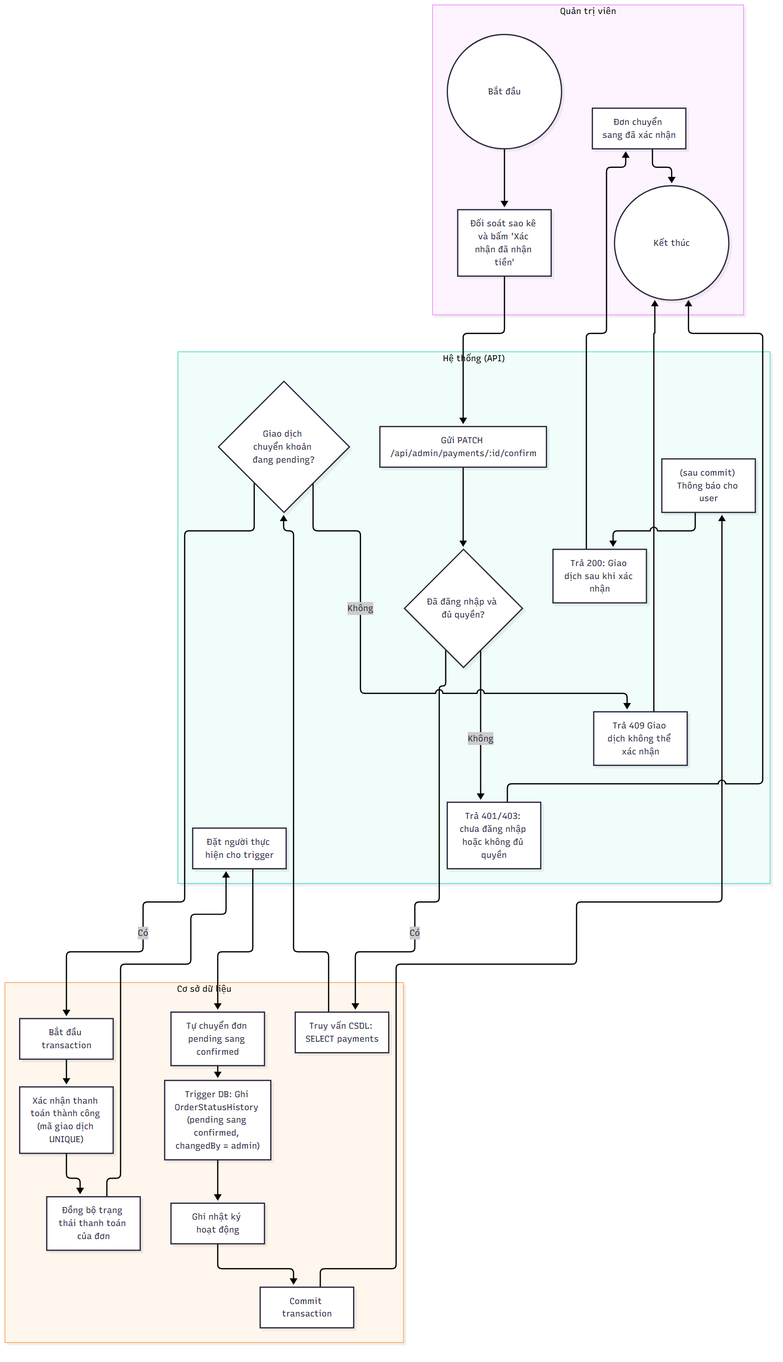
2431540234-arch/XDUDTMDT keeps this Mermaid diagram as docs/diagrams/png/activity_UC-ADM-24_quan-ly-thanh-toan-xac-nhan-chuyen-khoan.png. Above is the earlier version. Its source is kept beside it as docs/diagrams/src/activity_UC-ADM-24_quan-ly-thanh-toan-xac-nhan-chuyen-khoan.mmd.
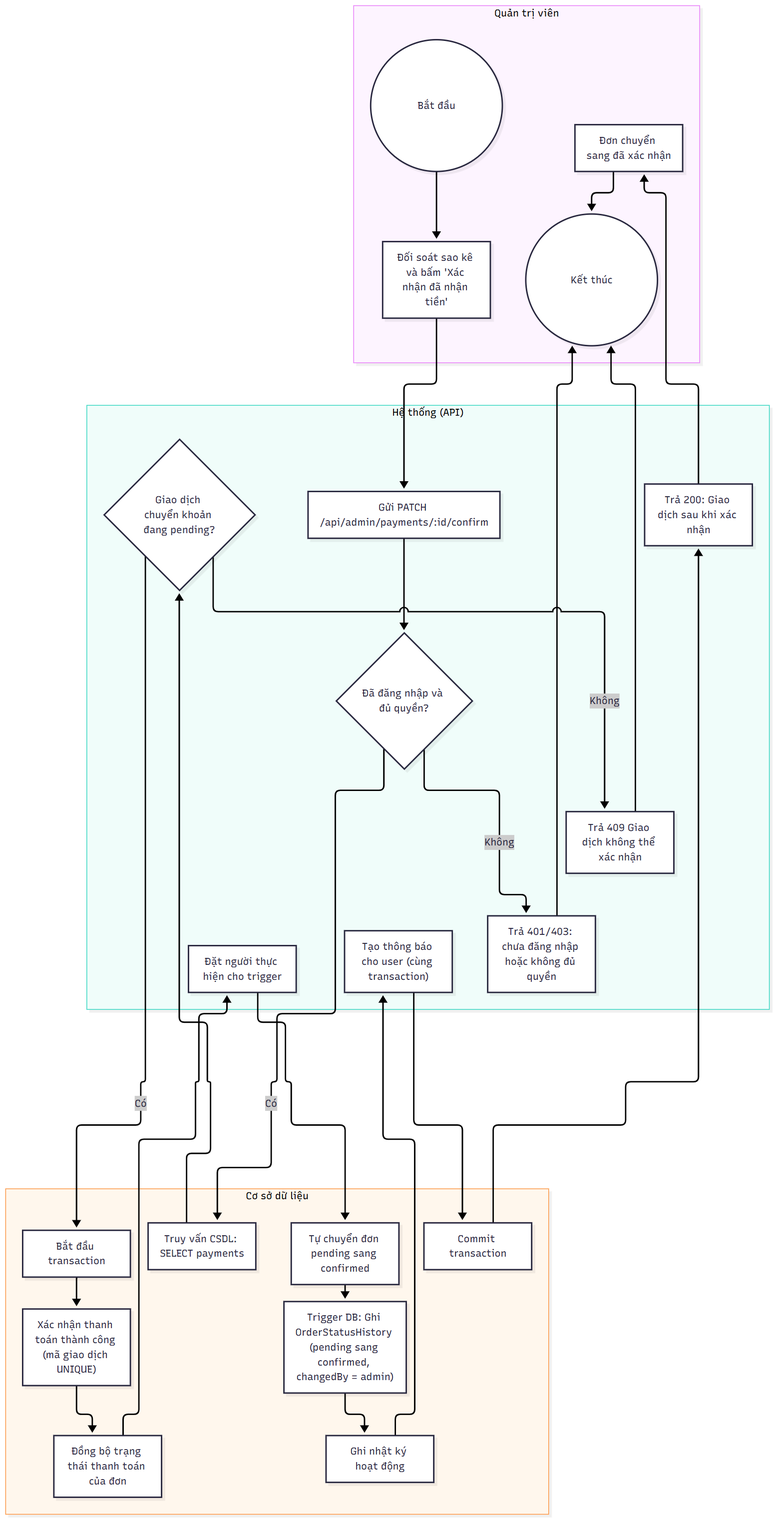
After the change.

Diff of the diagram source:
```diff
@@ -12,7 +12,7 @@
         n7{"Giao dịch chuyển khoản đang pending?"}
         n8["Trả 409 Giao dịch không thể xác nhận"]
         n12["Đặt người thực hiện cho trigger"]
-        n17["(sau commit) Thông báo cho user"]
+        n17["Tạo thông báo cho user (cùng transaction)"]
         n18["Trả 200: Giao dịch sau khi xác nhận"]
     end
     subgraph LANE_D["Cơ sở dữ liệu"]
@@ -39,9 +39,9 @@
     n12 --> n13
     n13 --> n14
     n14 --> n15
-    n15 --> n16
-    n16 --> n17
-    n17 --> n18
+    n15 --> n17
+    n17 --> n16
+    n16 --> n18
     n18 --> n19
     n19 --> n20
     n5 --> n20
```
